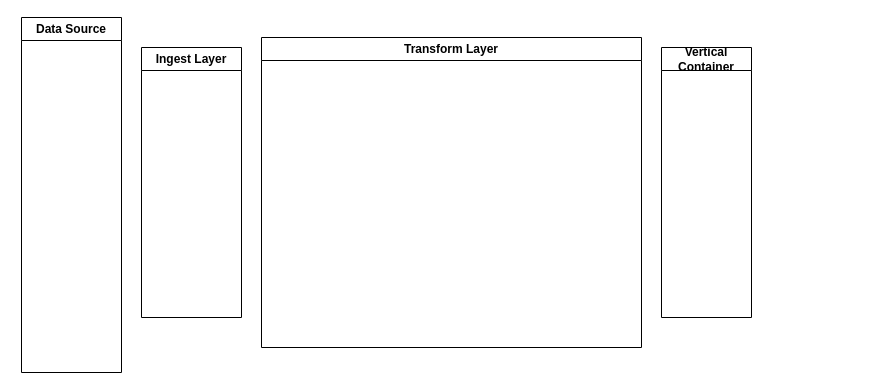
Earlier version of the draw.io diagram Untitled Diagram.drawio (Luissalazarsalinas/Avocado-Yield-Prediction). Source tidied: cells renumbered, new cells numbered last; positions are measured from the earlier drawing's top-left corner, leaving out a move shared by most shapes. Both pictures are drawn from the tidied source at 100%, with x=0, y=0 at pixel (21, 17).
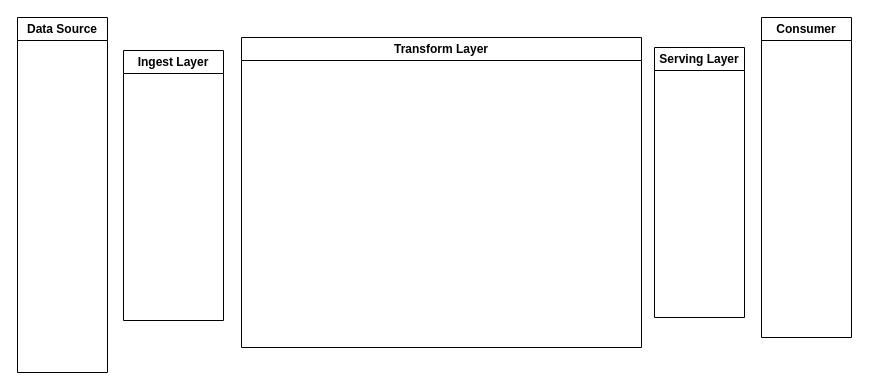
Above is the later version.

The edit, as a diff of the source:
```diff
@@
 <mxGraphModel>
   <root>
     <mxCell id="0" />
     <mxCell id="1" parent="0" />
     <mxCell id="2" value="Data Source" style="swimlane;whiteSpace=wrap;html=1;" parent="1" vertex="1">
-      <mxGeometry width="100" height="355" as="geometry" />
+      <mxGeometry x="-4" width="90" height="355" as="geometry" />
     </mxCell>
     <mxCell id="3" value="Transform Layer" style="swimlane;whiteSpace=wrap;html=1;" parent="1" vertex="1">
-      <mxGeometry x="240" y="20" width="380" height="310" as="geometry" />
+      <mxGeometry x="220" y="20" width="400" height="310" as="geometry" />
     </mxCell>
-    <mxCell id="4" value="Vertical Container" style="swimlane;whiteSpace=wrap;html=1;" parent="1" vertex="1">
-      <mxGeometry x="640" y="30" width="90" height="270" as="geometry" />
+    <mxCell id="4" value="Serving Layer" style="swimlane;whiteSpace=wrap;html=1;" parent="1" vertex="1">
+      <mxGeometry x="633" y="30" width="90" height="270" as="geometry" />
     </mxCell>
     <mxCell id="5" value="Ingest Layer" style="swimlane;whiteSpace=wrap;html=1;" parent="1" vertex="1">
-      <mxGeometry x="120" y="30" width="100" height="270" as="geometry" />
+      <mxGeometry x="102" y="33" width="100" height="270" as="geometry" />
     </mxCell>
+    <mxCell id="6" value="Consumer" style="swimlane;whiteSpace=wrap;html=1;" parent="1" vertex="1">
+      <mxGeometry x="740" width="90" height="320" as="geometry" />
+    </mxCell>
   </root>
 </mxGraphModel>
```
